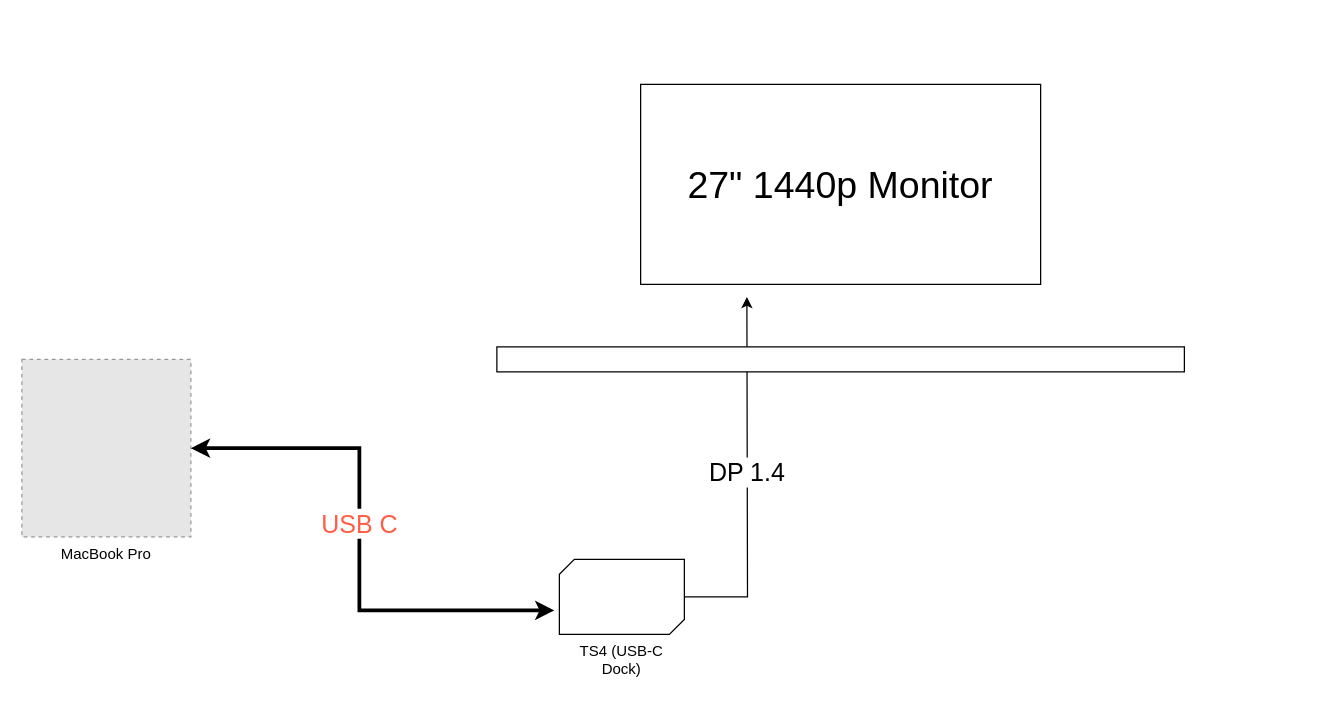
Before: Untitled Diagram.drawio in Hacksore/desk-cables, a draw.io diagram. Source tidied: cells renumbered, new cells numbered last; positions are measured from the earlier drawing's top-left corner, leaving out a move shared by most shapes. Both pictures are drawn from the tidied source at 125%, with x=0, y=0 at pixel (21, 84). Pictures stored in the file or linked from it are replaced by grey dashed boxes.
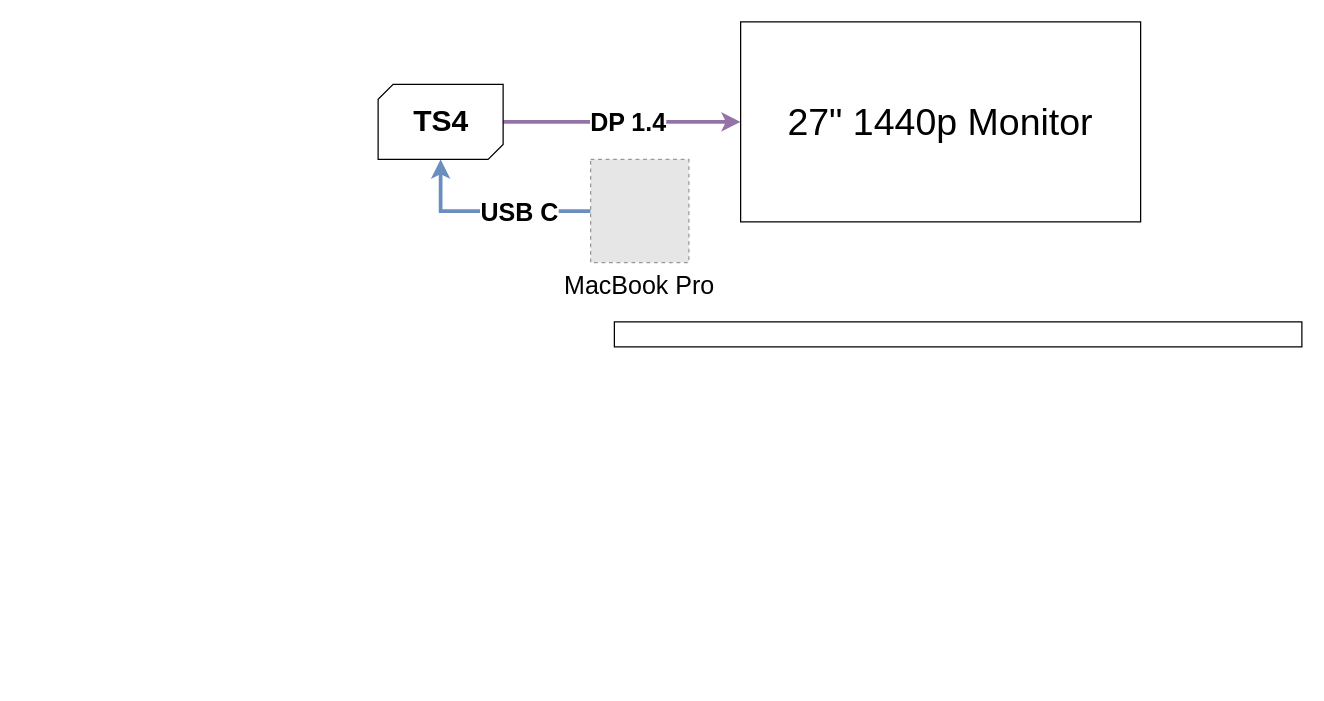
The same page after the edit.

Diff of the diagram source:
```diff
@@
 <mxGraphModel>
   <root>
     <mxCell id="0" />
     <mxCell id="1" parent="0" />
+    <mxCell id="8" style="edgeStyle=orthogonalEdgeStyle;rounded=0;jettySize=auto;html=1;entryX=0.5;entryY=1;entryDx=0;entryDy=0;entryPerimeter=0;strokeWidth=3;fillColor=#dae8fc;strokeColor=#6c8ebf;" parent="1" edge="1" source="2" target="5">
+      <mxGeometry relative="1" as="geometry" />
+    </mxCell>
+    <mxCell id="9" value="&lt;font style=&quot;font-size: 20px;&quot;&gt;&lt;b&gt;USB C&lt;/b&gt;&lt;/font&gt;" style="edgeLabel;html=1;align=center;verticalAlign=middle;" parent="8" vertex="1">
+      <mxGeometry x="-0.08" y="1" relative="1" as="geometry">
+        <mxPoint x="16" y="-1" as="offset" />
+      </mxGeometry>
+    </mxCell>
-    <mxCell id="2" value="MacBook Pro" style="fillColor=#E6E6E6;strokeColor=#999999;dashed=1;verticalLabelPosition=bottom;labelBackgroundColor=#ffffff;verticalAlign=top;" parent="1" vertex="1">
-      <mxGeometry y="220" width="135.2" height="142" as="geometry" />
+    <mxCell id="2" value="MacBook Pro" style="fillColor=#E6E6E6;strokeColor=#999999;dashed=1;verticalLabelPosition=bottom;labelBackgroundColor=#ffffff;verticalAlign=top;fontSize=20;" parent="1" vertex="1">
+      <mxGeometry x="455" y="60" width="78.6" height="82.5" as="geometry" />
     </mxCell>
-    <mxCell id="3" style="edgeStyle=orthogonalEdgeStyle;rounded=0;jettySize=auto;html=1;" parent="1" edge="1" source="5">
-      <mxGeometry relative="1" as="geometry">
-        <mxPoint x="580" y="170" as="targetPoint" />
-      </mxGeometry>
+    <mxCell id="3" style="edgeStyle=orthogonalEdgeStyle;rounded=0;jettySize=auto;html=1;entryX=0;entryY=0.5;entryDx=0;entryDy=0;strokeWidth=3;fillColor=#e1d5e7;strokeColor=#9673a6;" parent="1" edge="1" source="5" target="7">
+      <mxGeometry relative="1" as="geometry" />
     </mxCell>
-    <mxCell id="4" value="&lt;font style=&quot;font-size: 20px;&quot;&gt;DP 1.4&lt;/font&gt;" style="edgeLabel;html=1;align=center;verticalAlign=middle;" parent="3" vertex="1">
+    <mxCell id="4" value="&lt;font style=&quot;font-size: 20px;&quot;&gt;&lt;b&gt;DP 1.4&lt;/b&gt;&lt;/font&gt;" style="edgeLabel;html=1;align=center;verticalAlign=middle;" parent="3" vertex="1">
       <mxGeometry x="0.04" y="1" relative="1" as="geometry" />
     </mxCell>
-    <mxCell id="5" value="TS4 (USB-C Dock)" style="verticalLabelPosition=bottom;verticalAlign=top;html=1;shape=mxgraph.basic.diag_snip_rect;dx=6;whiteSpace=wrap;" parent="1" vertex="1">
-      <mxGeometry x="430" y="380" width="100" height="60" as="geometry" />
-    </mxCell>
     <mxCell id="6" style="rounded=0;whiteSpace=wrap;html=1;" parent="1" vertex="1">
-      <mxGeometry x="380" y="210" width="550" height="20" as="geometry" />
+      <mxGeometry x="474" y="190" width="550" height="20" as="geometry" />
     </mxCell>
     <mxCell id="7" value="&lt;font style=&quot;font-size: 30px;&quot;&gt;27&quot; 1440p Monitor&lt;/font&gt;" style="rounded=0;whiteSpace=wrap;html=1;" parent="1" vertex="1">
-      <mxGeometry x="495" width="320" height="160" as="geometry" />
+      <mxGeometry x="575" y="-50" width="320" height="160" as="geometry" />
     </mxCell>
-    <mxCell id="8" style="edgeStyle=orthogonalEdgeStyle;rounded=0;jettySize=auto;html=1;startArrow=classic;startFill=1;strokeWidth=3;entryX=-0.04;entryY=0.68;entryDx=0;entryDy=0;entryPerimeter=0;" parent="1" edge="1" source="2" target="5">
-      <mxGeometry relative="1" as="geometry">
-        <Array as="points">
-          <mxPoint x="270" y="291" />
-          <mxPoint x="270" y="421" />
-        </Array>
-      </mxGeometry>
-    </mxCell>
-    <mxCell id="9" value="&lt;font color=&quot;#ff5e45&quot;&gt;&lt;span style=&quot;font-size: 20px;&quot;&gt;USB C&lt;/span&gt;&lt;/font&gt;" style="edgeLabel;html=1;align=center;verticalAlign=middle;" parent="8" vertex="1">
-      <mxGeometry x="-0.5" y="-3" relative="1" as="geometry">
-        <mxPoint x="29" y="56" as="offset" />
-      </mxGeometry>
-    </mxCell>
+    <mxCell id="10" style="group;" parent="1" vertex="1">
+      <mxGeometry x="285" width="100" height="60" as="geometry" />
+    </mxCell>
+    <mxCell id="5" style="verticalLabelPosition=bottom;verticalAlign=top;html=1;shape=mxgraph.basic.diag_snip_rect;dx=6;whiteSpace=wrap;" parent="10" vertex="1">
+      <mxGeometry width="100" height="60" as="geometry" />
+    </mxCell>
+    <mxCell id="11" value="TS4" style="text;strokeColor=none;fillColor=none;html=1;fontSize=24;fontStyle=1;verticalAlign=middle;align=center;" parent="10" vertex="1">
+      <mxGeometry y="10" width="100" height="40" as="geometry" />
+    </mxCell>
   </root>
 </mxGraphModel>
```
